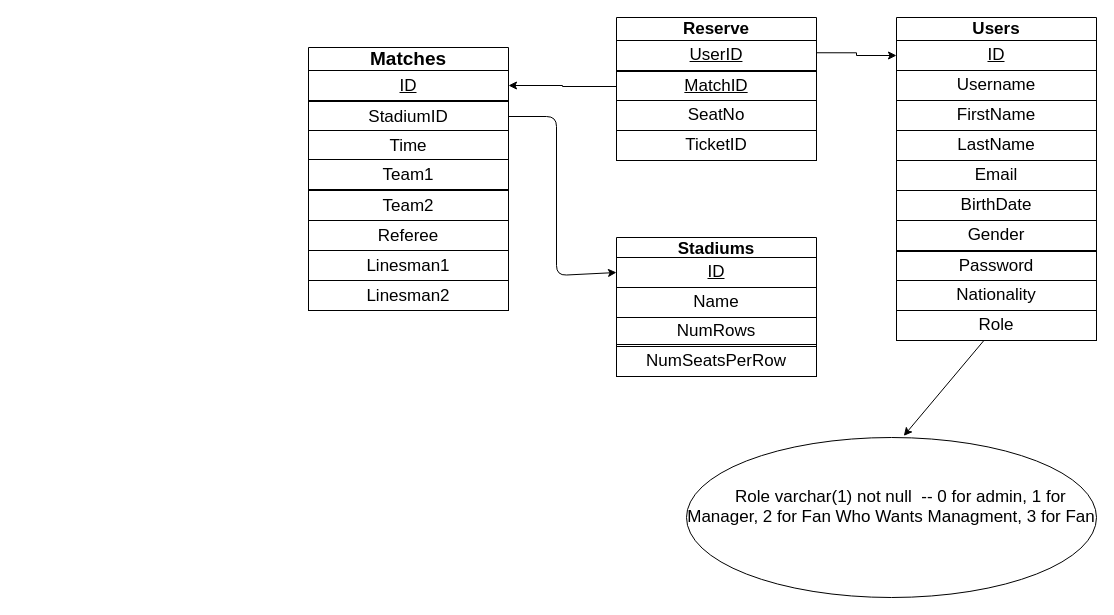
reem-atalah/Fifa-2022 keeps this draw.io diagram as BackEnd/Schema.drawio. Above is the earlier version. Source tidied: cells renumbered, new cells numbered last; positions are measured from the earlier drawing's top-left corner, leaving out a move shared by most shapes. Both pictures are drawn from the tidied source at 100%, with x=0, y=0 at pixel (308, 17).
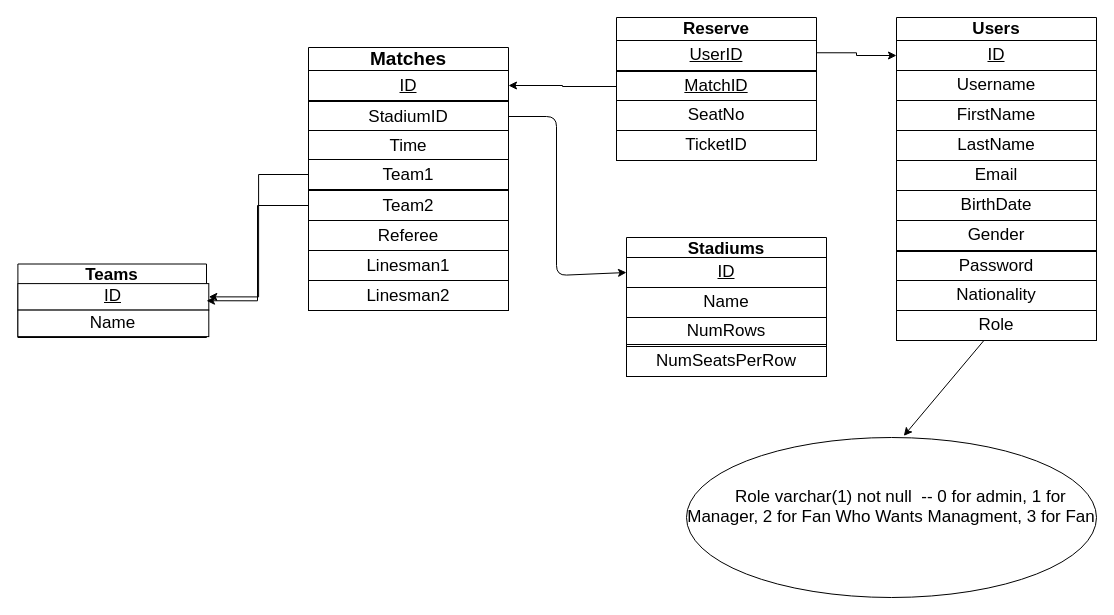
The same diagram, later.

Commit message (it also covers changes not shown here):
Schema: added Teams Table

Unchanged cells that the change refers to:
```xml
<mxCell id="7" value="&lt;font style=&quot;font-size: 17px;&quot;&gt;Team1&lt;/font&gt;" style="whiteSpace=wrap;html=1;fontSize=19;" parent="2" vertex="1">
  <mxGeometry y="112" width="200" height="30" as="geometry" />
</mxCell>
<mxCell id="8" value="&lt;font style=&quot;font-size: 17px;&quot;&gt;Team2&lt;/font&gt;" style="whiteSpace=wrap;html=1;fontSize=19;" parent="2" vertex="1">
  <mxGeometry y="143" width="200" height="30" as="geometry" />
</mxCell>
```

What changed in the source:
```diff
@@
     <mxCell id="35" style="group;" parent="1" vertex="1">
-      <mxGeometry x="288" y="220" width="220" height="140" as="geometry" />
+      <mxGeometry x="298" y="220" width="220" height="140" as="geometry" />
     </mxCell>
@@
+    <mxCell id="46" style="group;" parent="1" vertex="1">
+      <mxGeometry x="-262" y="220" width="210" height="150" as="geometry" />
+    </mxCell>
+    <mxCell id="47" style="group;" parent="46" vertex="1">
+      <mxGeometry width="210" height="150" as="geometry" />
+    </mxCell>
+    <mxCell id="48" style="group;" parent="47" vertex="1">
+      <mxGeometry width="210" height="150" as="geometry" />
+    </mxCell>
+    <mxCell id="49" style="group;" parent="48" vertex="1">
+      <mxGeometry width="200.5" height="150" as="geometry" />
+    </mxCell>
+    <mxCell id="50" value="Teams" style="swimlane;whiteSpace=wrap;html=1;fontSize=17;" parent="49" vertex="1">
+      <mxGeometry x="-28.6" y="26.5" width="188.6" height="73.5" as="geometry" />
+    </mxCell>
+    <mxCell id="51" value="&lt;u&gt;ID&lt;/u&gt;" style="whiteSpace=wrap;html=1;fontSize=17;" parent="50" vertex="1">
+      <mxGeometry y="19.6" width="190.9" height="26.5" as="geometry" />
+    </mxCell>
+    <mxCell id="52" value="Name" style="whiteSpace=wrap;html=1;fontSize=17;" parent="50" vertex="1">
+      <mxGeometry y="46.1" width="190.9" height="26.5" as="geometry" />
+    </mxCell>
+    <mxCell id="53" style="edgeStyle=orthogonalEdgeStyle;rounded=0;jettySize=auto;html=1;entryX=1;entryY=0.5;entryDx=0;entryDy=0;" parent="1" edge="1" source="7" target="51">
+      <mxGeometry relative="1" as="geometry" />
+    </mxCell>
+    <mxCell id="54" style="edgeStyle=orthogonalEdgeStyle;rounded=0;jettySize=auto;html=1;exitX=0;exitY=0.5;exitDx=0;exitDy=0;entryX=1;entryY=0.5;entryDx=0;entryDy=0;" parent="1" edge="1" source="8" target="50">
+      <mxGeometry relative="1" as="geometry" />
+    </mxCell>
```
